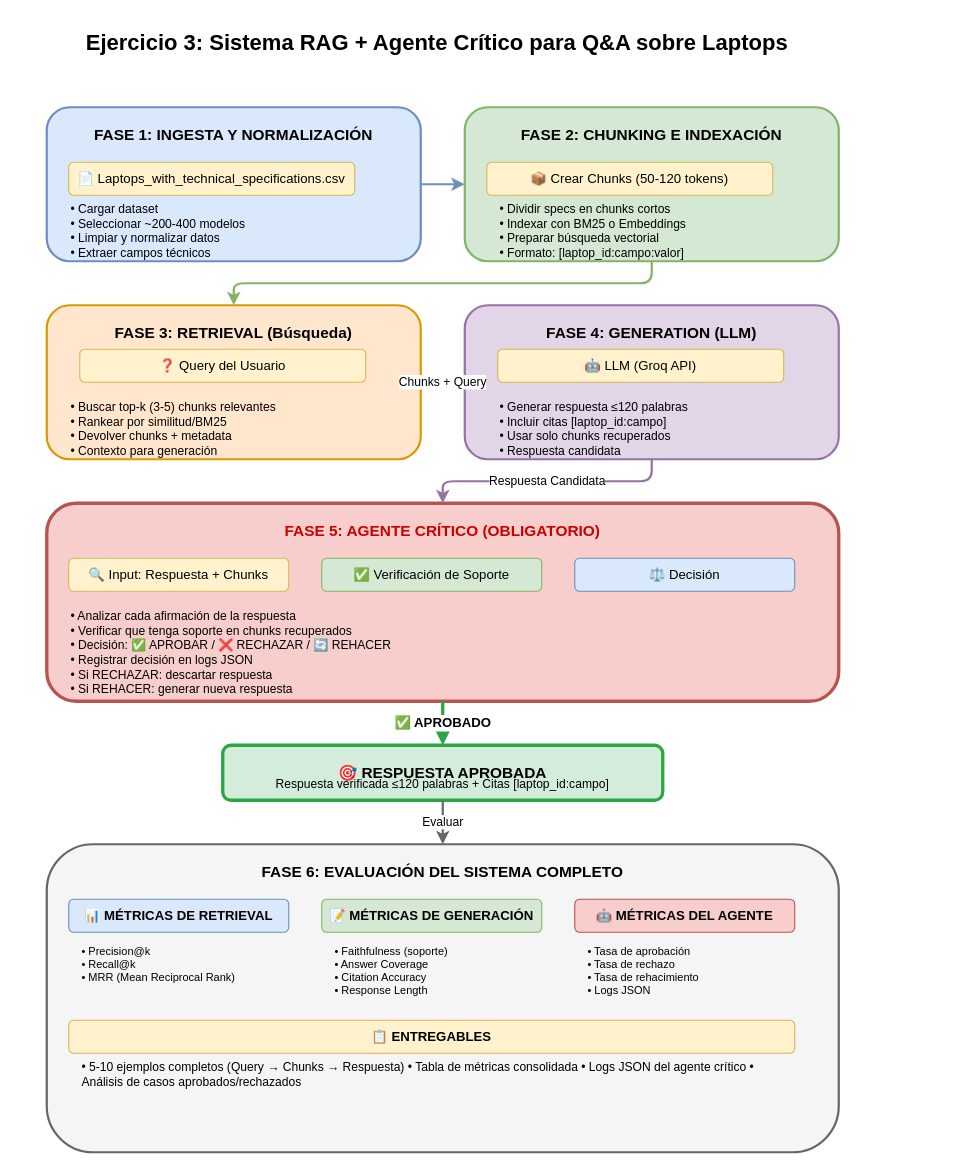
Above: Ejercicio_3/diagrama_solucion.drawio in Danilo22m/Prueba_Mercado_Libre (draw.io), before the change. Source tidied: cells renumbered, new cells numbered last; positions are measured from the earlier drawing's top-left corner, leaving out a move shared by most shapes. Both pictures are drawn from the tidied source at 110%, with x=0, y=0 at pixel (19, 19).
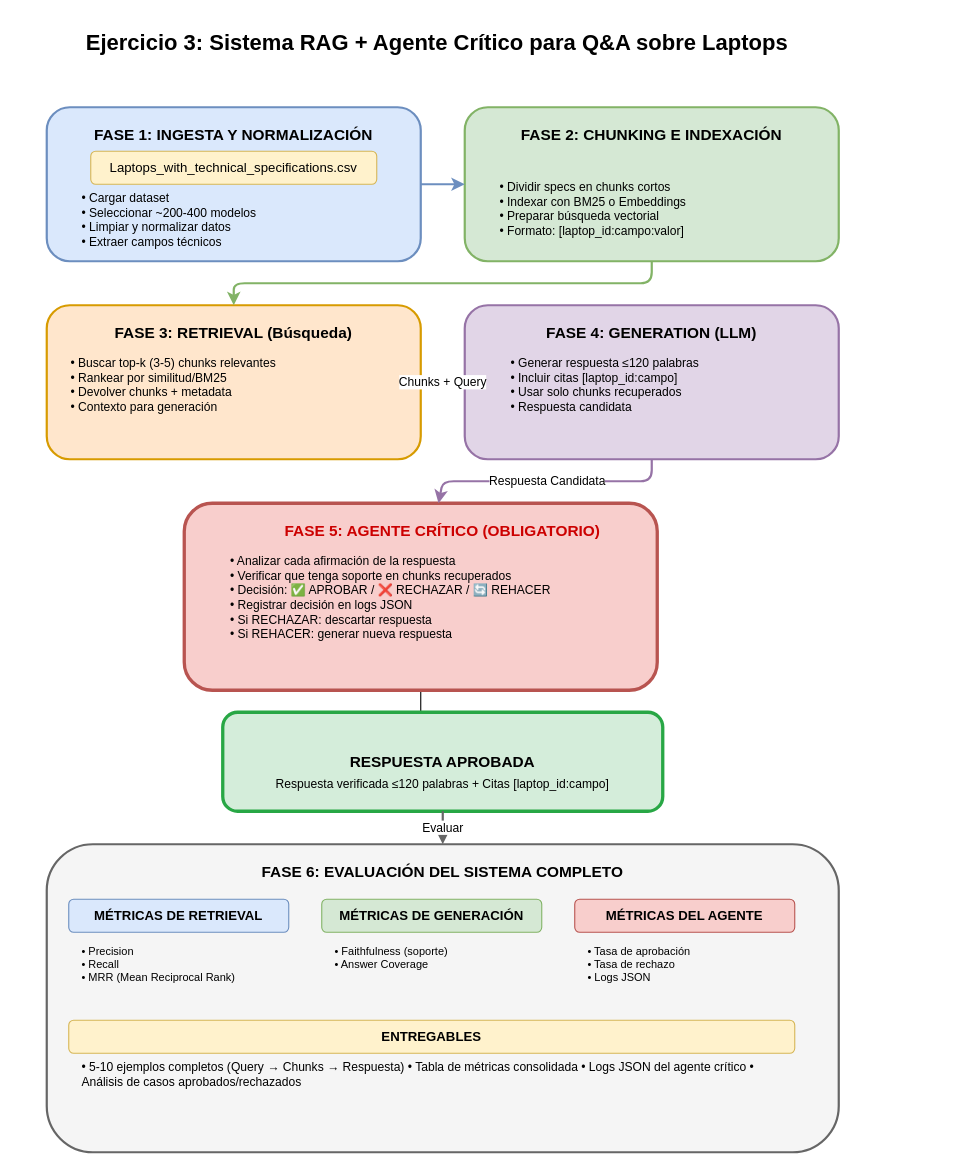
The same page after the edit.

The change refers to these unchanged cells:
```xml
<mxCell id="30" value="Respuesta verificada ≤120 palabras + Citas [laptop_id:campo]" style="text;html=1;strokeColor=none;fillColor=none;align=center;verticalAlign=middle;whiteSpace=wrap;rounded=0;fontSize=11;" parent="1" vertex="1">
  <mxGeometry x="185" y="680" width="400" height="30" as="geometry" />
</mxCell>
```

What changed in the source:
```diff
@@
-    <mxCell id="5" value="📄 Laptops_with_technical_specifications.csv" style="rounded=1;whiteSpace=wrap;html=1;fillColor=#fff2cc;strokeColor=#d6b656;" parent="1" vertex="1">
-      <mxGeometry x="45" y="130" width="260" height="30" as="geometry" />
+    <mxCell id="5" value="Laptops_with_technical_specifications.csv" style="rounded=1;whiteSpace=wrap;html=1;fillColor=#fff2cc;strokeColor=#d6b656;" parent="1" vertex="1">
+      <mxGeometry x="65" y="120" width="260" height="30" as="geometry" />
     </mxCell>
     <mxCell id="6" value="• Cargar dataset&amp;nbsp;&lt;br&gt;• Seleccionar ~200-400 modelos&lt;br&gt;• Limpiar y normalizar datos&lt;br&gt;• Extraer campos técnicos" style="text;html=1;strokeColor=none;fillColor=none;align=left;verticalAlign=top;whiteSpace=wrap;rounded=0;fontSize=11;" parent="1" vertex="1">
-      <mxGeometry x="45" y="160" width="260" height="40" as="geometry" />
+      <mxGeometry x="55" y="150" width="260" height="40" as="geometry" />
     </mxCell>
@@
-    <mxCell id="9" value="📦 Crear Chunks (50-120 tokens)" style="rounded=1;whiteSpace=wrap;html=1;fillColor=#fff2cc;strokeColor=#d6b656;" parent="1" vertex="1">
-      <mxGeometry x="425" y="130" width="260" height="30" as="geometry" />
-    </mxCell>
     <mxCell id="10" value="• Dividir specs en chunks cortos&#10;• Indexar con BM25 o Embeddings&#10;• Preparar búsqueda vectorial&#10;• Formato: [laptop_id:campo:valor]" style="text;html=1;strokeColor=none;fillColor=none;align=left;verticalAlign=top;whiteSpace=wrap;rounded=0;fontSize=11;" parent="1" vertex="1">
-      <mxGeometry x="435" y="160" width="260" height="40" as="geometry" />
+      <mxGeometry x="435" y="140" width="260" height="40" as="geometry" />
     </mxCell>
@@
-    <mxCell id="14" value="❓ Query del Usuario" style="rounded=1;whiteSpace=wrap;html=1;fillColor=#fff2cc;strokeColor=#d6b656;" parent="1" vertex="1">
-      <mxGeometry x="55" y="300" width="260" height="30" as="geometry" />
-    </mxCell>
     <mxCell id="15" value="• Buscar top-k (3-5) chunks relevantes&#10;• Rankear por similitud/BM25&#10;• Devolver chunks + metadata&#10;• Contexto para generación" style="text;html=1;strokeColor=none;fillColor=none;align=left;verticalAlign=top;whiteSpace=wrap;rounded=0;fontSize=11;" parent="1" vertex="1">
-      <mxGeometry x="45" y="340" width="260" height="40" as="geometry" />
+      <mxGeometry x="45" y="300" width="260" height="40" as="geometry" />
     </mxCell>
@@
-    <mxCell id="19" value="🤖 LLM (Groq API)" style="rounded=1;whiteSpace=wrap;html=1;fillColor=#fff2cc;strokeColor=#d6b656;" parent="1" vertex="1">
-      <mxGeometry x="435" y="300" width="260" height="30" as="geometry" />
-    </mxCell>
     <mxCell id="20" value="• Generar respuesta ≤120 palabras&#10;• Incluir citas [laptop_id:campo]&#10;• Usar solo chunks recuperados&#10;• Respuesta candidata" style="text;html=1;strokeColor=none;fillColor=none;align=left;verticalAlign=top;whiteSpace=wrap;rounded=0;fontSize=11;" parent="1" vertex="1">
-      <mxGeometry x="435" y="340" width="260" height="40" as="geometry" />
+      <mxGeometry x="445" y="300" width="260" height="40" as="geometry" />
     </mxCell>
@@
+    <mxCell id="43" style="edgeStyle=orthogonalEdgeStyle;rounded=0;jettySize=auto;html=1;" parent="1" edge="1" source="22" target="30">
+      <mxGeometry relative="1" as="geometry" />
+    </mxCell>
     <mxCell id="22" style="rounded=1;whiteSpace=wrap;html=1;fillColor=#f8cecc;strokeColor=#b85450;strokeWidth=3;" parent="1" vertex="1">
-      <mxGeometry x="25" y="440" width="720" height="180" as="geometry" />
+      <mxGeometry x="150" y="440" width="430" height="170" as="geometry" />
     </mxCell>
@@
-    <mxCell id="24" value="🔍 Input: Respuesta + Chunks" style="rounded=1;whiteSpace=wrap;html=1;fillColor=#fff2cc;strokeColor=#d6b656;" parent="1" vertex="1">
-      <mxGeometry x="45" y="490" width="200" height="30" as="geometry" />
-    </mxCell>
-    <mxCell id="25" value="✅ Verificación de Soporte" style="rounded=1;whiteSpace=wrap;html=1;fillColor=#d5e8d4;strokeColor=#82b366;" parent="1" vertex="1">
-      <mxGeometry x="275" y="490" width="200" height="30" as="geometry" />
-    </mxCell>
-    <mxCell id="26" value="⚖️ Decisión" style="rounded=1;whiteSpace=wrap;html=1;fillColor=#dae8fc;strokeColor=#6c8ebf;" parent="1" vertex="1">
-      <mxGeometry x="505" y="490" width="200" height="30" as="geometry" />
-    </mxCell>
     <mxCell id="27" value="• Analizar cada afirmación de la respuesta&#10;• Verificar que tenga soporte en chunks recuperados&#10;• Decisión: ✅ APROBAR / ❌ RECHAZAR / 🔄 REHACER&#10;• Registrar decisión en logs JSON&#10;• Si RECHAZAR: descartar respuesta&#10;• Si REHACER: generar nueva respuesta" style="text;html=1;strokeColor=none;fillColor=none;align=left;verticalAlign=top;whiteSpace=wrap;rounded=0;fontSize=11;" parent="1" vertex="1">
-      <mxGeometry x="45" y="530" width="660" height="80" as="geometry" />
+      <mxGeometry x="190" y="480" width="660" height="80" as="geometry" />
     </mxCell>
@@
-    <mxCell id="29" value="🎯 RESPUESTA APROBADA" style="rounded=1;whiteSpace=wrap;html=1;fillColor=#d4edda;strokeColor=#28a745;strokeWidth=3;fontSize=14;fontStyle=1;" parent="1" vertex="1">
-      <mxGeometry x="185" y="660" width="400" height="50" as="geometry" />
+    <mxCell id="29" value="RESPUESTA APROBADA" style="rounded=1;whiteSpace=wrap;html=1;fillColor=#d4edda;strokeColor=#28a745;strokeWidth=3;fontSize=14;fontStyle=1;" parent="1" vertex="1">
+      <mxGeometry x="185" y="630" width="400" height="90" as="geometry" />
     </mxCell>
@@
-    <mxCell id="31" value="✅ APROBADO" style="endArrow=classic;html=1;strokeWidth=3;fillColor=#d4edda;strokeColor=#28a745;fontSize=12;fontStyle=1;" parent="1" edge="1" source="22" target="29">
-      <mxGeometry relative="1" as="geometry" />
-    </mxCell>
@@
-    <mxCell id="34" value="📊 MÉTRICAS DE RETRIEVAL" style="rounded=1;whiteSpace=wrap;html=1;fillColor=#dae8fc;strokeColor=#6c8ebf;fontStyle=1;" parent="1" vertex="1">
+    <mxCell id="34" value="MÉTRICAS DE RETRIEVAL" style="rounded=1;whiteSpace=wrap;html=1;fillColor=#dae8fc;strokeColor=#6c8ebf;fontStyle=1;" parent="1" vertex="1">
       <mxGeometry x="45" y="800" width="200" height="30" as="geometry" />
     </mxCell>
-    <mxCell id="35" value="• Precision@k&#10;• Recall@k&#10;• MRR (Mean Reciprocal Rank)" style="text;html=1;strokeColor=none;fillColor=none;align=left;verticalAlign=top;whiteSpace=wrap;rounded=0;fontSize=10;" parent="1" vertex="1">
+    <mxCell id="35" value="• Precision&lt;br&gt;• Recall&lt;br&gt;• MRR (Mean Reciprocal Rank)" style="text;html=1;strokeColor=none;fillColor=none;align=left;verticalAlign=top;whiteSpace=wrap;rounded=0;fontSize=10;" parent="1" vertex="1">
       <mxGeometry x="55" y="835" width="180" height="50" as="geometry" />
     </mxCell>
-    <mxCell id="36" value="📝 MÉTRICAS DE GENERACIÓN" style="rounded=1;whiteSpace=wrap;html=1;fillColor=#d5e8d4;strokeColor=#82b366;fontStyle=1;" parent="1" vertex="1">
+    <mxCell id="36" value="MÉTRICAS DE GENERACIÓN" style="rounded=1;whiteSpace=wrap;html=1;fillColor=#d5e8d4;strokeColor=#82b366;fontStyle=1;" parent="1" vertex="1">
       <mxGeometry x="275" y="800" width="200" height="30" as="geometry" />
     </mxCell>
-    <mxCell id="37" value="• Faithfulness (soporte)&#10;• Answer Coverage&#10;• Citation Accuracy&#10;• Response Length" style="text;html=1;strokeColor=none;fillColor=none;align=left;verticalAlign=top;whiteSpace=wrap;rounded=0;fontSize=10;" parent="1" vertex="1">
+    <mxCell id="37" value="• Faithfulness (soporte)&lt;br&gt;• Answer Coverage&lt;div&gt;&lt;br/&gt;&lt;/div&gt;" style="text;html=1;strokeColor=none;fillColor=none;align=left;verticalAlign=top;whiteSpace=wrap;rounded=0;fontSize=10;" parent="1" vertex="1">
       <mxGeometry x="285" y="835" width="180" height="60" as="geometry" />
     </mxCell>
-    <mxCell id="38" value="🤖 MÉTRICAS DEL AGENTE" style="rounded=1;whiteSpace=wrap;html=1;fillColor=#f8cecc;strokeColor=#b85450;fontStyle=1;" parent="1" vertex="1">
+    <mxCell id="38" value="MÉTRICAS DEL AGENTE" style="rounded=1;whiteSpace=wrap;html=1;fillColor=#f8cecc;strokeColor=#b85450;fontStyle=1;" parent="1" vertex="1">
       <mxGeometry x="505" y="800" width="200" height="30" as="geometry" />
     </mxCell>
-    <mxCell id="39" value="• Tasa de aprobación&#10;• Tasa de rechazo&#10;• Tasa de rehacimiento&#10;• Logs JSON" style="text;html=1;strokeColor=none;fillColor=none;align=left;verticalAlign=top;whiteSpace=wrap;rounded=0;fontSize=10;" parent="1" vertex="1">
+    <mxCell id="39" value="• Tasa de aprobación&lt;br&gt;• Tasa de rechazo&lt;br&gt;• Logs JSON" style="text;html=1;strokeColor=none;fillColor=none;align=left;verticalAlign=top;whiteSpace=wrap;rounded=0;fontSize=10;" parent="1" vertex="1">
       <mxGeometry x="515" y="835" width="180" height="60" as="geometry" />
     </mxCell>
-    <mxCell id="40" value="📋 ENTREGABLES" style="rounded=1;whiteSpace=wrap;html=1;fillColor=#fff2cc;strokeColor=#d6b656;fontStyle=1;" parent="1" vertex="1">
+    <mxCell id="40" value="ENTREGABLES" style="rounded=1;whiteSpace=wrap;html=1;fillColor=#fff2cc;strokeColor=#d6b656;fontStyle=1;" parent="1" vertex="1">
       <mxGeometry x="45" y="910" width="660" height="30" as="geometry" />
     </mxCell>
```
